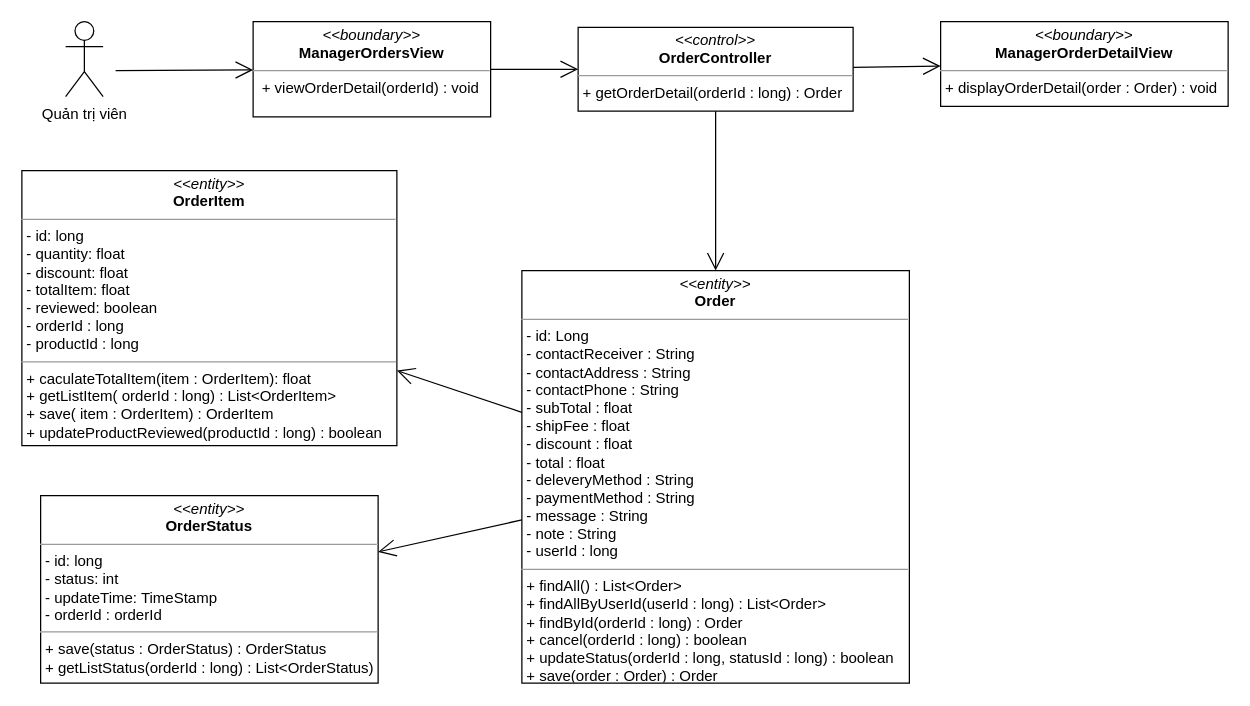
nguyenphamvan/datn_20202 keeps this draw.io diagram as class diagram/manager-order-detail-class-diagram.drawio. Above is the earlier version. Source tidied: cells renumbered, new cells numbered last; positions are measured from the earlier drawing's top-left corner, leaving out a move shared by most shapes. Both pictures are drawn from the tidied source at 125%, with x=0, y=0 at pixel (21, 21).
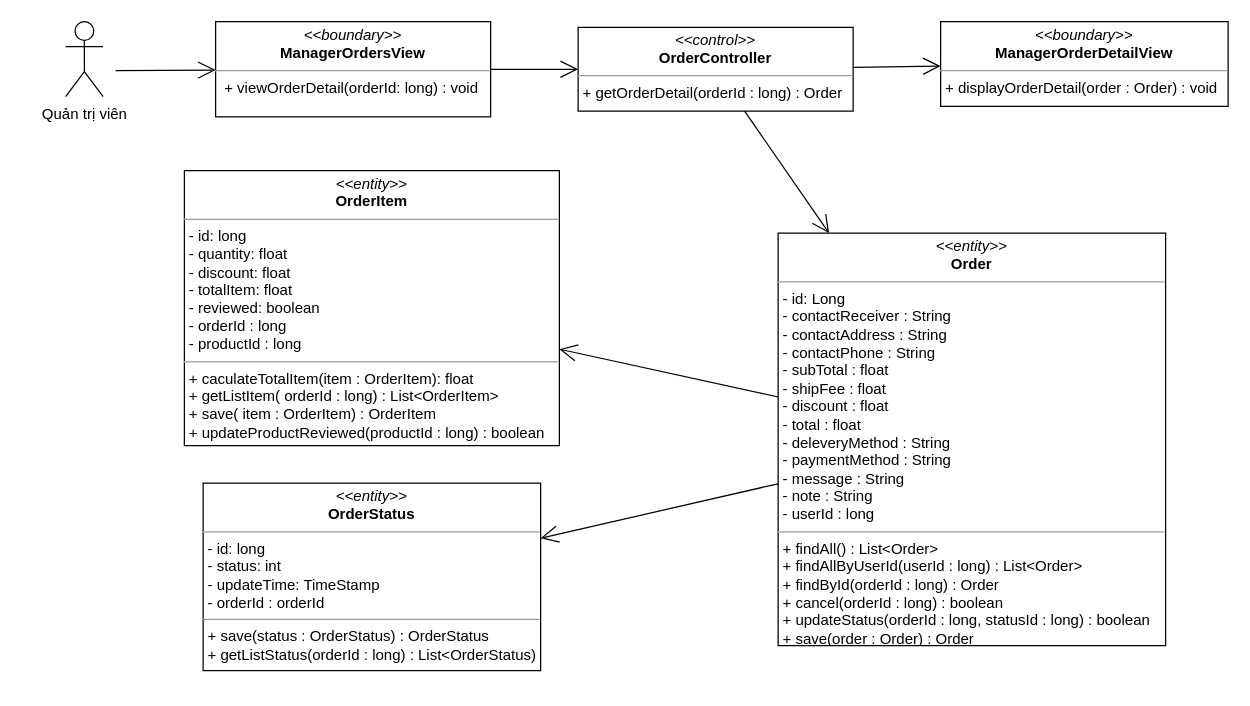
The same diagram, later.

Change to the diagram source:
```diff
@@
 <mxGraphModel>
   <root>
     <mxCell id="0" />
     <mxCell id="1" parent="0" />
     <mxCell id="2" value="&lt;p style=&quot;margin: 0px ; margin-top: 4px ; text-align: center&quot;&gt;&lt;i&gt;&amp;lt;&amp;lt;boundary&amp;gt;&amp;gt;&lt;/i&gt;&lt;br&gt;&lt;b&gt;ManagerOrderDetailView&lt;/b&gt;&lt;/p&gt;&lt;hr size=&quot;1&quot;&gt;&lt;p style=&quot;margin: 0px ; margin-left: 4px&quot;&gt;&lt;span&gt;+ displayOrderDetail(order : Order) : void&lt;/span&gt;&lt;/p&gt;" style="verticalAlign=top;align=left;overflow=fill;fontSize=12;fontFamily=Helvetica;html=1;" parent="1" vertex="1">
       <mxGeometry x="735" y="-0.2" width="230" height="67.8" as="geometry" />
     </mxCell>
     <mxCell id="3" style="endArrow=open;endFill=1;endSize=12;html=1;" parent="1" edge="1" source="4" target="2">
       <mxGeometry relative="1" as="geometry" />
     </mxCell>
     <mxCell id="4" value="&lt;p style=&quot;margin: 0px ; margin-top: 4px ; text-align: center&quot;&gt;&lt;i&gt;&amp;lt;&amp;lt;control&amp;gt;&amp;gt;&lt;/i&gt;&lt;br&gt;&lt;b&gt;OrderController&lt;/b&gt;&lt;br&gt;&lt;/p&gt;&lt;hr size=&quot;1&quot;&gt;&lt;p style=&quot;margin: 0px ; margin-left: 4px&quot;&gt;&lt;span&gt;+ getOrderDetail(orderId : long) : Order&lt;/span&gt;&lt;br&gt;&lt;/p&gt;" style="verticalAlign=top;align=left;overflow=fill;fontSize=12;fontFamily=Helvetica;html=1;" parent="1" vertex="1">
       <mxGeometry x="445" y="4.4" width="220" height="67" as="geometry" />
     </mxCell>
     <mxCell id="5" style="endArrow=open;endFill=1;endSize=12;html=1;" parent="1" edge="1" source="4" target="9">
       <mxGeometry relative="1" as="geometry" />
     </mxCell>
-    <mxCell id="6" value="&lt;p style=&quot;margin: 0px ; margin-top: 4px ; text-align: center&quot;&gt;&lt;i&gt;&amp;lt;&amp;lt;boundary&amp;gt;&amp;gt;&lt;/i&gt;&lt;br&gt;&lt;b&gt;ManagerOrdersView&lt;/b&gt;&lt;/p&gt;&lt;hr size=&quot;1&quot;&gt;&lt;p style=&quot;margin: 0px ; margin-left: 4px&quot;&gt;&lt;span&gt;&amp;nbsp;&lt;/span&gt;&lt;span&gt;+ viewOrderDetail(orderId) : void&lt;/span&gt;&lt;/p&gt;" style="verticalAlign=top;align=left;overflow=fill;fontSize=12;fontFamily=Helvetica;html=1;" parent="1" vertex="1">
-      <mxGeometry x="185" y="-0.2" width="190" height="76.2" as="geometry" />
+    <mxCell id="6" value="&lt;p style=&quot;margin: 0px ; margin-top: 4px ; text-align: center&quot;&gt;&lt;i&gt;&amp;lt;&amp;lt;boundary&amp;gt;&amp;gt;&lt;/i&gt;&lt;br&gt;&lt;b&gt;ManagerOrdersView&lt;/b&gt;&lt;/p&gt;&lt;hr size=&quot;1&quot;&gt;&lt;p style=&quot;margin: 0px ; margin-left: 4px&quot;&gt;&lt;span&gt;&amp;nbsp;&lt;/span&gt;&lt;span&gt;+ viewOrderDetail(orderId: long) : void&lt;/span&gt;&lt;/p&gt;" style="verticalAlign=top;align=left;overflow=fill;fontSize=12;fontFamily=Helvetica;html=1;" parent="1" vertex="1">
+      <mxGeometry x="155" y="-0.2" width="220" height="76.2" as="geometry" />
     </mxCell>
     <mxCell id="7" value="&lt;p style=&quot;margin: 0px ; margin-top: 4px ; text-align: center&quot;&gt;&lt;i&gt;&amp;lt;&amp;lt;entity&amp;gt;&amp;gt;&lt;/i&gt;&lt;br&gt;&lt;b&gt;OrderItem&lt;/b&gt;&lt;/p&gt;&lt;hr size=&quot;1&quot;&gt;&lt;p style=&quot;margin: 0px ; margin-left: 4px&quot;&gt;- id: long&lt;/p&gt;&lt;p style=&quot;margin: 0px ; margin-left: 4px&quot;&gt;- quantity: float&lt;br&gt;- discount: float&lt;/p&gt;&lt;p style=&quot;margin: 0px ; margin-left: 4px&quot;&gt;- totalItem: float&lt;/p&gt;&lt;p style=&quot;margin: 0px ; margin-left: 4px&quot;&gt;- reviewed: boolean&lt;/p&gt;&lt;p style=&quot;margin: 0px ; margin-left: 4px&quot;&gt;- orderId : long&lt;/p&gt;&lt;p style=&quot;margin: 0px ; margin-left: 4px&quot;&gt;- productId : long&lt;/p&gt;&lt;hr size=&quot;1&quot;&gt;&lt;p style=&quot;margin: 0px 0px 0px 4px&quot;&gt;+ caculateTotalItem(item : OrderItem): float&lt;br&gt;&lt;/p&gt;&lt;p style=&quot;margin: 0px 0px 0px 4px&quot;&gt;+ getListItem( orderId : long) : List&amp;lt;OrderItem&amp;gt;&lt;br&gt;&lt;/p&gt;&lt;p style=&quot;margin: 0px 0px 0px 4px&quot;&gt;+ save( item : OrderItem) : OrderItem&lt;/p&gt;&lt;p style=&quot;margin: 0px 0px 0px 4px&quot;&gt;+ updateProductReviewed(productId : long) : boolean&lt;/p&gt;" style="verticalAlign=top;align=left;overflow=fill;fontSize=12;fontFamily=Helvetica;html=1;" parent="1" vertex="1">
-      <mxGeometry y="119" width="300" height="220" as="geometry" />
+      <mxGeometry x="130" y="119" width="300" height="220" as="geometry" />
     </mxCell>
     <mxCell id="8" value="&lt;p style=&quot;margin: 0px ; margin-top: 4px ; text-align: center&quot;&gt;&lt;i&gt;&amp;lt;&amp;lt;entity&amp;gt;&amp;gt;&lt;/i&gt;&lt;br&gt;&lt;b&gt;OrderStatus&lt;/b&gt;&lt;/p&gt;&lt;hr size=&quot;1&quot;&gt;&lt;p style=&quot;margin: 0px ; margin-left: 4px&quot;&gt;- id: long&lt;/p&gt;&lt;p style=&quot;margin: 0px ; margin-left: 4px&quot;&gt;- status: int&lt;br&gt;- updateTime: TimeStamp&lt;/p&gt;&lt;p style=&quot;margin: 0px ; margin-left: 4px&quot;&gt;- orderId : orderId&lt;/p&gt;&lt;hr size=&quot;1&quot;&gt;&lt;p style=&quot;margin: 0px ; margin-left: 4px&quot;&gt;+ save(status : OrderStatus) : OrderStatus&lt;/p&gt;&lt;p style=&quot;margin: 0px ; margin-left: 4px&quot;&gt;+ getListStatus(orderId : long) : List&amp;lt;OrderStatus)&lt;/p&gt;" style="verticalAlign=top;align=left;overflow=fill;fontSize=12;fontFamily=Helvetica;html=1;" parent="1" vertex="1">
-      <mxGeometry x="15" y="379" width="270" height="150" as="geometry" />
+      <mxGeometry x="145" y="369" width="270" height="150" as="geometry" />
     </mxCell>
     <mxCell id="9" value="&lt;p style=&quot;margin: 0px ; margin-top: 4px ; text-align: center&quot;&gt;&lt;i&gt;&amp;lt;&amp;lt;entity&amp;gt;&amp;gt;&lt;/i&gt;&lt;br&gt;&lt;b&gt;Order&lt;/b&gt;&lt;/p&gt;&lt;hr size=&quot;1&quot;&gt;&lt;p style=&quot;margin: 0px ; margin-left: 4px&quot;&gt;- id: Long&lt;/p&gt;&lt;p style=&quot;margin: 0px ; margin-left: 4px&quot;&gt;- contactReceiver : String&lt;/p&gt;&lt;p style=&quot;margin: 0px ; margin-left: 4px&quot;&gt;- contactAddress : String&lt;/p&gt;&lt;p style=&quot;margin: 0px ; margin-left: 4px&quot;&gt;- contactPhone : String&lt;/p&gt;&lt;p style=&quot;margin: 0px 0px 0px 4px&quot;&gt;- subTotal : float&lt;/p&gt;&lt;p style=&quot;margin: 0px 0px 0px 4px&quot;&gt;- shipFee : float&lt;/p&gt;&lt;p style=&quot;margin: 0px 0px 0px 4px&quot;&gt;- discount : float&lt;/p&gt;&lt;p style=&quot;margin: 0px 0px 0px 4px&quot;&gt;- total : float&lt;/p&gt;&lt;p style=&quot;margin: 0px 0px 0px 4px&quot;&gt;- deleveryMethod : String&lt;/p&gt;&lt;p style=&quot;margin: 0px 0px 0px 4px&quot;&gt;- paymentMethod : String&lt;/p&gt;&lt;p style=&quot;margin: 0px 0px 0px 4px&quot;&gt;- message : String&lt;/p&gt;&lt;p style=&quot;margin: 0px 0px 0px 4px&quot;&gt;- note : String&lt;/p&gt;&lt;p style=&quot;margin: 0px 0px 0px 4px&quot;&gt;- userId : long&lt;/p&gt;&lt;hr size=&quot;1&quot;&gt;&lt;p style=&quot;margin: 0px 0px 0px 4px&quot;&gt;+ findAll() : List&amp;lt;Order&amp;gt;&lt;/p&gt;&lt;p style=&quot;margin: 0px 0px 0px 4px&quot;&gt;+ findAllByUserId(userId : long) : List&amp;lt;Order&amp;gt;&lt;/p&gt;&lt;p style=&quot;margin: 0px 0px 0px 4px&quot;&gt;+ findById(orderId : long) : Order&lt;br&gt;&lt;/p&gt;&lt;p style=&quot;margin: 0px 0px 0px 4px&quot;&gt;+ cancel(orderId : long) : boolean&lt;br&gt;&lt;/p&gt;&lt;p style=&quot;margin: 0px 0px 0px 4px&quot;&gt;+ updateStatus(orderId : long, statusId : long) : boolean&lt;/p&gt;&lt;p style=&quot;margin: 0px 0px 0px 4px&quot;&gt;+ save(order : Order) : Order&lt;/p&gt;" style="verticalAlign=top;align=left;overflow=fill;fontSize=12;fontFamily=Helvetica;html=1;" parent="1" vertex="1">
-      <mxGeometry x="400" y="199" width="310" height="330" as="geometry" />
+      <mxGeometry x="605" y="169" width="310" height="330" as="geometry" />
     </mxCell>
     <mxCell id="10" style="endArrow=open;endFill=1;endSize=12;html=1;" parent="1" edge="1" source="9" target="7">
       <mxGeometry relative="1" as="geometry" />
     </mxCell>
     <mxCell id="11" style="endArrow=open;endFill=1;endSize=12;html=1;" parent="1" edge="1" source="9" target="8">
       <mxGeometry relative="1" as="geometry" />
     </mxCell>
     <mxCell id="12" style="endArrow=open;endFill=1;endSize=12;html=1;" parent="1" edge="1" source="6" target="4">
       <mxGeometry relative="1" as="geometry" />
     </mxCell>
     <mxCell id="13" value="Quản trị viên" style="shape=umlActor;verticalLabelPosition=bottom;verticalAlign=top;html=1;" parent="1" vertex="1">
       <mxGeometry x="35" y="-0.2" width="30" height="60" as="geometry" />
     </mxCell>
     <mxCell id="14" style="endArrow=open;endFill=1;endSize=12;html=1;" parent="1" edge="1" target="6">
       <mxGeometry relative="1" as="geometry">
         <mxPoint x="75" y="39" as="sourcePoint" />
       </mxGeometry>
     </mxCell>
   </root>
 </mxGraphModel>
```
